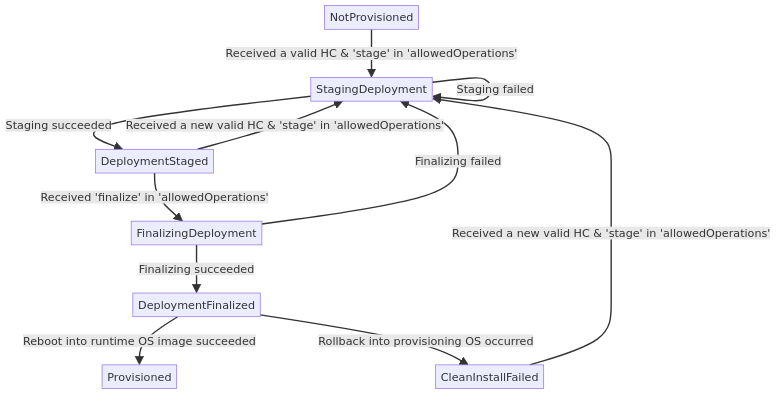
Before: dev-docs/diagrams/state-diagrams/clean-install.png, a diagram exported from Mermaid (microsoft/trident). Its source is kept beside it as dev-docs/diagrams/state-diagrams/clean-install.mmd.
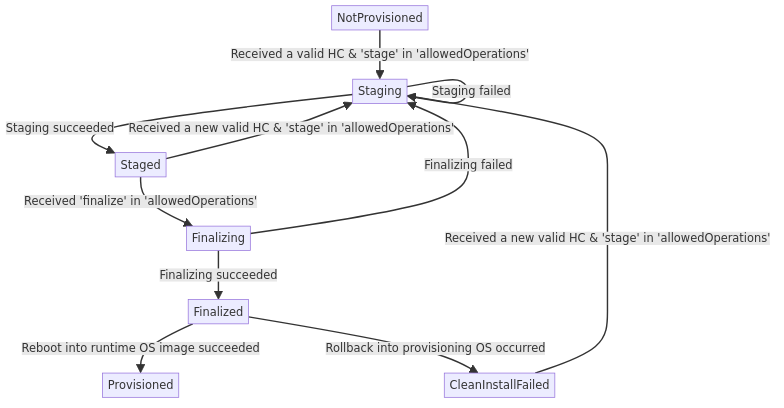
The same diagram one commit later.

Change to the diagram source:
```diff
@@ -1,11 +1,11 @@
 graph TD
-A[NotProvisioned] --> |Received a valid HC & 'stage' in 'allowedOperations'|B[StagingDeployment]
-B --> |Staging succeeded|C[DeploymentStaged]
+A[NotProvisioned] --> |Received a valid HC & 'stage' in 'allowedOperations'|B[Staging]
+B --> |Staging succeeded|C[Staged]
 B --> |Staging failed|B
-C --> |Received 'finalize' in 'allowedOperations'|E[FinalizingDeployment]
+C --> |Received 'finalize' in 'allowedOperations'|E[Finalizing]
 C --> |Received a new valid HC & 'stage' in 'allowedOperations'|B
 E --> |Finalizing failed|B
-E --> |Finalizing succeeded|F[DeploymentFinalized]
+E --> |Finalizing succeeded|F[Finalized]
 F --> |Reboot into runtime OS image succeeded|G[Provisioned]
 F --> |Rollback into provisioning OS occurred|D[CleanInstallFailed]
 D --> |Received a new valid HC & 'stage' in 'allowedOperations'|B
```
